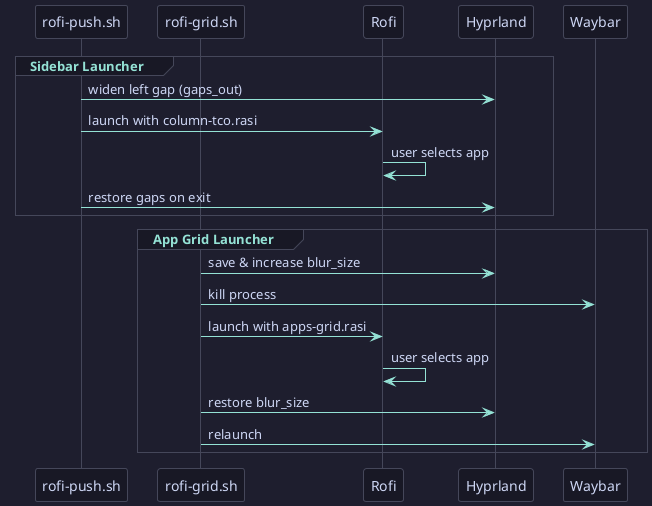
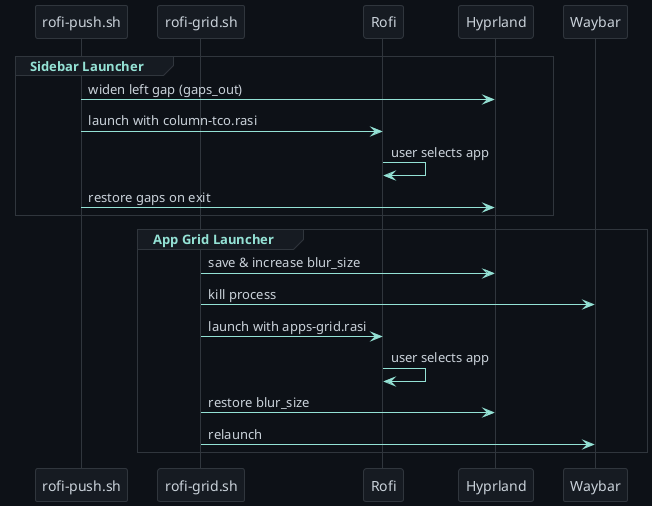
@startuml rofi-launcher-flow
!theme plain
- skinparam backgroundColor #1e1e2e
- skinparam defaultFontColor #cdd6f4
+ skinparam backgroundColor #0d1117
+ skinparam defaultFontColor #c9d1d9
skinparam shadowing false

skinparam participant {
-   BackgroundColor #181825
-   BorderColor #45475a
-   FontColor #cdd6f4
+   BackgroundColor #161b22
+   BorderColor #30363d
+   FontColor #c9d1d9
}

skinparam sequenceArrowColor #94e2d5
- skinparam sequenceLifeLineBorderColor #45475a
- skinparam sequenceLifeLineBackgroundColor #181825
- skinparam sequenceGroupBackgroundColor #181825
- skinparam sequenceGroupBorderColor #45475a
+ skinparam sequenceLifeLineBorderColor #30363d
+ skinparam sequenceLifeLineBackgroundColor #161b22
+ skinparam sequenceGroupBackgroundColor #161b22
+ skinparam sequenceGroupBorderColor #30363d
skinparam sequenceGroupFontColor #94e2d5
skinparam sequenceGroupHeaderFontColor #94e2d5
- skinparam sequenceGroupBodyBackgroundColor #1e1e2e
- skinparam sequenceDividerBackgroundColor #181825
- skinparam sequenceDividerBorderColor #45475a
+ skinparam sequenceGroupBodyBackgroundColor #0d1117
+ skinparam sequenceDividerBackgroundColor #161b22
+ skinparam sequenceDividerBorderColor #30363d
skinparam sequenceDividerFontColor #94e2d5
- skinparam sequenceBoxBackgroundColor #1e1e2e
- skinparam sequenceBoxBorderColor #45475a
+ skinparam sequenceBoxBackgroundColor #0d1117
+ skinparam sequenceBoxBorderColor #30363d

participant "rofi-push.sh" as Push
participant "rofi-grid.sh" as Grid
participant "Rofi" as Rofi
participant "Hyprland" as Hypr
participant "Waybar" as Waybar

group Sidebar Launcher
  Push -> Hypr : widen left gap (gaps_out)
  Push -> Rofi : launch with column-tco.rasi
  Rofi -> Rofi : user selects app
  Push -> Hypr : restore gaps on exit
end

group App Grid Launcher
  Grid -> Hypr : save & increase blur_size
  Grid -> Waybar : kill process
  Grid -> Rofi : launch with apps-grid.rasi
  Rofi -> Rofi : user selects app
  Grid -> Hypr : restore blur_size
  Grid -> Waybar : relaunch
end

@enduml
